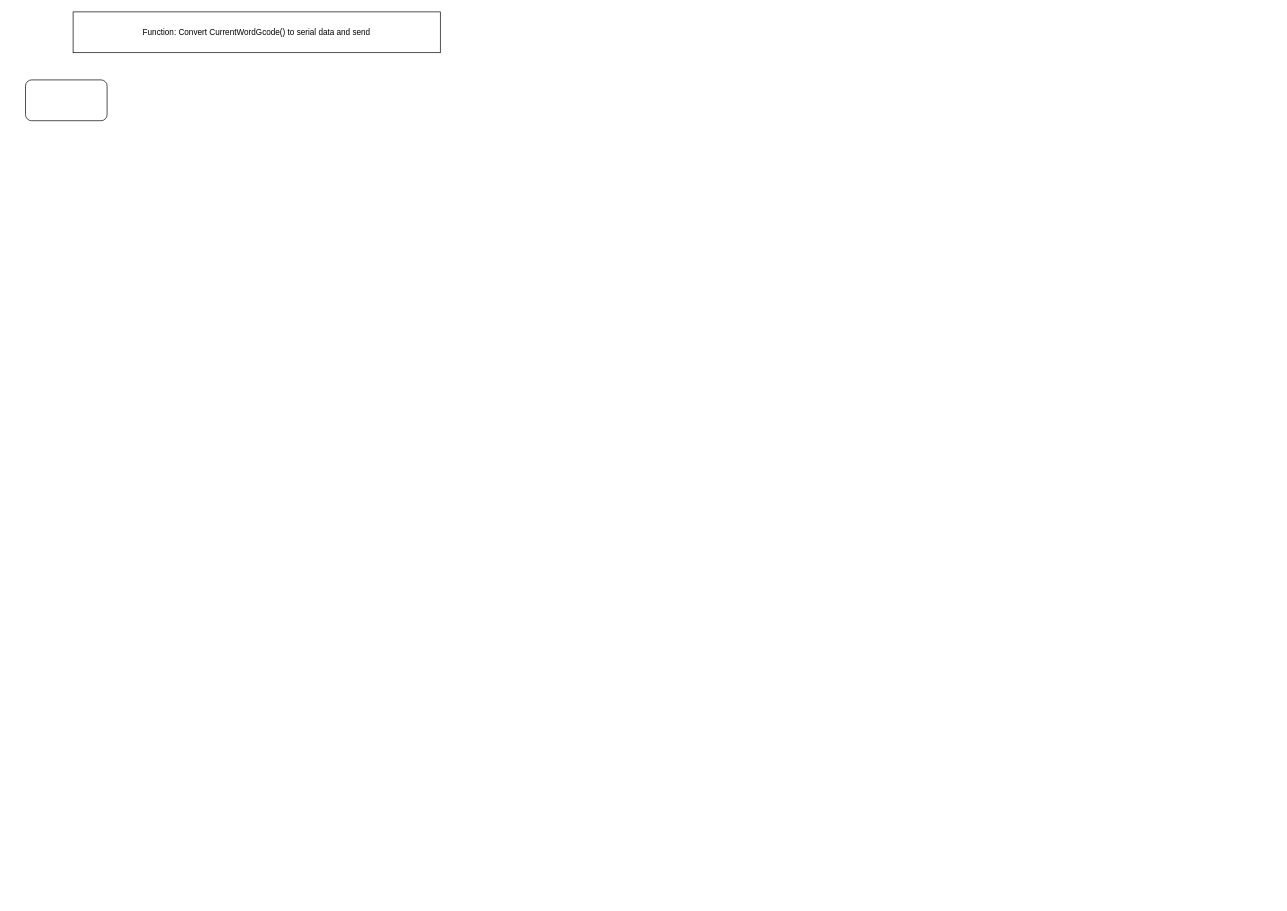
This is CW2 SendGCode to serial.drawio from EBlagdon/MMME3085-Coursework-2, a draw.io file, before an edit. Source tidied: cells renumbered, new cells numbered last; positions are measured from the earlier drawing's top-left corner, leaving out a move shared by most shapes. Both pictures are drawn from the tidied source at 68%, with x=0, y=0 at pixel (25, 12).
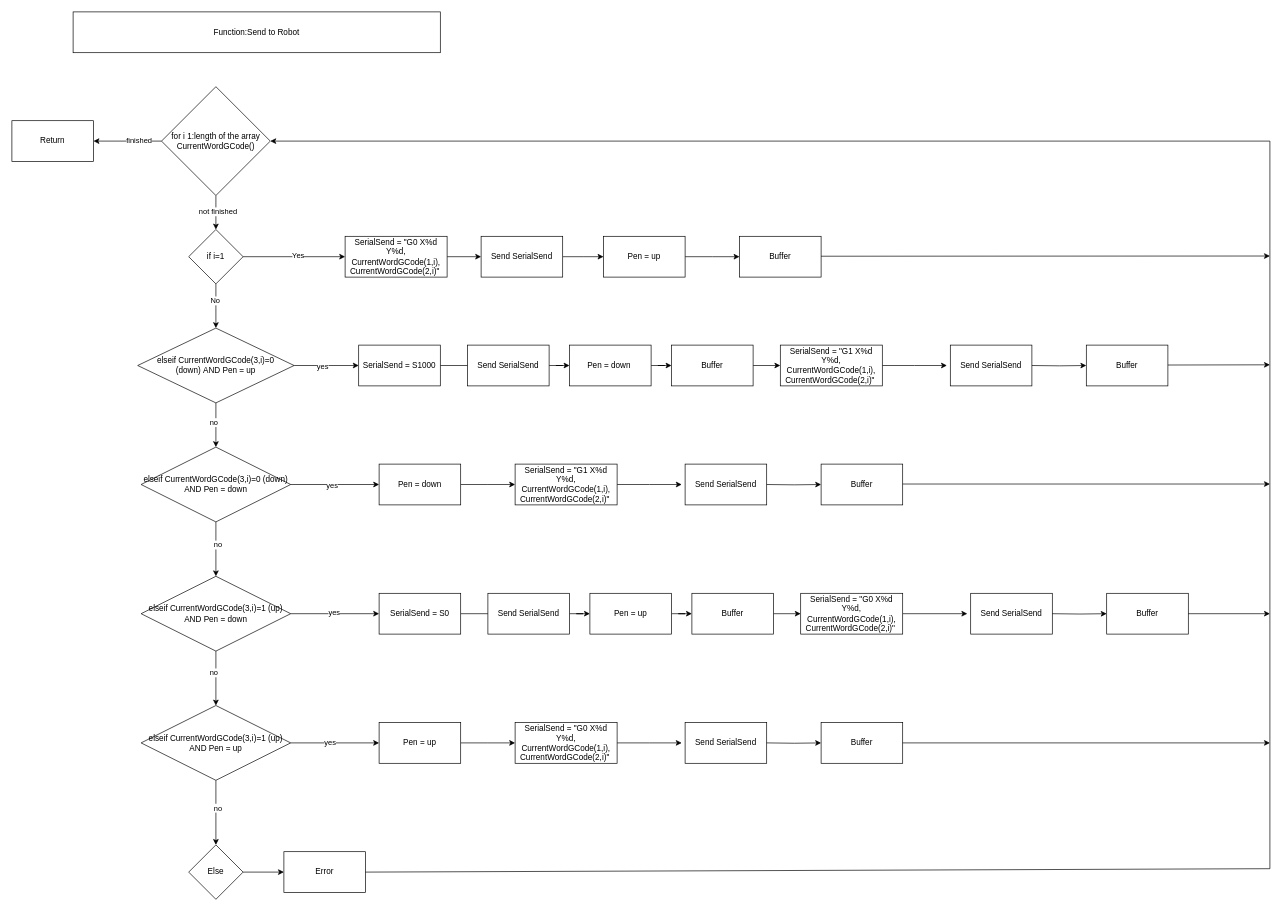
The same diagram, later.

Commit message (it also covers changes not shown here):
Created SendtoGcode and updated all flowcharts with error tracking. All left is testing information

The edit, as a diff of the source:
```diff
@@
-    <mxCell id="2" value="Function: Convert CurrentWordGcode() to serial data and send" style="rounded=0;whiteSpace=wrap;html=1;" parent="1" vertex="1">
+    <mxCell id="2" value="Function:Send to Robot" style="rounded=0;whiteSpace=wrap;html=1;" parent="1" vertex="1">
       <mxGeometry x="70" width="540" height="60" as="geometry" />
     </mxCell>
-    <mxCell id="3" style="rounded=1;whiteSpace=wrap;html=1;" parent="1" vertex="1">
-      <mxGeometry y="100" width="120" height="60" as="geometry" />
-    </mxCell>
+    <mxCell id="4" style="edgeStyle=orthogonalEdgeStyle;rounded=0;jettySize=auto;html=1;" parent="1" edge="1" source="8" target="13">
+      <mxGeometry relative="1" as="geometry" />
+    </mxCell>
+    <mxCell id="5" value="not finished" style="edgeLabel;html=1;align=center;verticalAlign=middle;" parent="4" vertex="1">
+      <mxGeometry x="-0.12" y="2" relative="1" as="geometry">
+        <mxPoint y="1" as="offset" />
+      </mxGeometry>
+    </mxCell>
+    <mxCell id="6" style="edgeStyle=orthogonalEdgeStyle;rounded=0;jettySize=auto;html=1;" parent="1" edge="1" source="8" target="90">
+      <mxGeometry relative="1" as="geometry" />
+    </mxCell>
+    <mxCell id="7" value="finished" style="edgeLabel;html=1;align=center;verticalAlign=middle;" parent="6" vertex="1">
+      <mxGeometry x="-0.33" y="-2" relative="1" as="geometry" />
+    </mxCell>
+    <mxCell id="8" value="for i 1:length of the array CurrentWordGCode()" style="rhombus;whiteSpace=wrap;html=1;" parent="1" vertex="1">
+      <mxGeometry x="200" y="110" width="160" height="160" as="geometry" />
+    </mxCell>
+    <mxCell id="9" style="edgeStyle=orthogonalEdgeStyle;rounded=0;jettySize=auto;html=1;" parent="1" edge="1" source="13" target="15">
+      <mxGeometry relative="1" as="geometry" />
+    </mxCell>
+    <mxCell id="10" value="Yes" style="edgeLabel;html=1;align=center;verticalAlign=middle;" parent="9" vertex="1">
+      <mxGeometry x="0.07" y="2" relative="1" as="geometry" />
+    </mxCell>
+    <mxCell id="11" style="edgeStyle=orthogonalEdgeStyle;rounded=0;jettySize=auto;html=1;" parent="1" edge="1" source="13" target="22">
+      <mxGeometry relative="1" as="geometry" />
+    </mxCell>
+    <mxCell id="12" value="No" style="edgeLabel;html=1;align=center;verticalAlign=middle;" parent="11" vertex="1">
+      <mxGeometry x="-0.27" y="-2" relative="1" as="geometry" />
+    </mxCell>
+    <mxCell id="13" value="if i=1" style="rhombus;whiteSpace=wrap;html=1;" parent="1" vertex="1">
+      <mxGeometry x="240" y="320" width="80" height="80" as="geometry" />
+    </mxCell>
+    <mxCell id="14" style="edgeStyle=orthogonalEdgeStyle;rounded=0;jettySize=auto;html=1;" parent="1" edge="1" source="15" target="17">
+      <mxGeometry relative="1" as="geometry" />
+    </mxCell>
+    <mxCell id="15" value="SerialSend = &quot;G0 X%d Y%d, CurrentWordGCode(1,i), CurrentWordGCode(2,i)&quot;&amp;nbsp;" style="whiteSpace=wrap;html=1;" parent="1" vertex="1">
+      <mxGeometry x="470" y="330" width="150" height="60" as="geometry" />
+    </mxCell>
+    <mxCell id="16" style="edgeStyle=orthogonalEdgeStyle;rounded=0;jettySize=auto;html=1;" parent="1" edge="1" source="17">
+      <mxGeometry relative="1" as="geometry">
+        <mxPoint x="850" y="360" as="targetPoint" />
+      </mxGeometry>
+    </mxCell>
+    <mxCell id="17" value="Send SerialSend" style="whiteSpace=wrap;html=1;" parent="1" vertex="1">
+      <mxGeometry x="670" y="330" width="120" height="60" as="geometry" />
+    </mxCell>
+    <mxCell id="18" style="edgeStyle=orthogonalEdgeStyle;rounded=0;jettySize=auto;html=1;entryX=0;entryY=0.5;entryDx=0;entryDy=0;" parent="1" edge="1" source="22" target="26">
+      <mxGeometry relative="1" as="geometry" />
+    </mxCell>
+    <mxCell id="19" value="yes" style="edgeLabel;html=1;align=center;verticalAlign=middle;" parent="18" vertex="1">
+      <mxGeometry x="-0.14" relative="1" as="geometry" />
+    </mxCell>
+    <mxCell id="20" style="edgeStyle=orthogonalEdgeStyle;rounded=0;jettySize=auto;html=1;" parent="1" edge="1" source="22" target="38">
+      <mxGeometry relative="1" as="geometry" />
+    </mxCell>
+    <mxCell id="21" value="no" style="edgeLabel;html=1;align=center;verticalAlign=middle;" parent="20" vertex="1">
+      <mxGeometry x="-0.15" y="-4" relative="1" as="geometry" />
+    </mxCell>
+    <mxCell id="22" value="elseif CurrentWordGCode(3,i)=0 (down)&lt;span style=&quot;background-color: transparent; color: light-dark(rgb(0, 0, 0), rgb(255, 255, 255));&quot;&gt;&amp;nbsp;AND Pen = up&lt;/span&gt;" style="rhombus;whiteSpace=wrap;html=1;" parent="1" vertex="1">
+      <mxGeometry x="165" y="465" width="230" height="110" as="geometry" />
+    </mxCell>
+    <mxCell id="23" style="edgeStyle=orthogonalEdgeStyle;rounded=0;jettySize=auto;html=1;" parent="1" edge="1" source="24">
+      <mxGeometry relative="1" as="geometry">
+        <mxPoint x="1355" y="520" as="targetPoint" />
+      </mxGeometry>
+    </mxCell>
+    <mxCell id="24" value="SerialSend = &quot;G1 X%d Y%d, CurrentWordGCode(1,i), CurrentWordGCode(2,i)&quot;&amp;nbsp;" style="whiteSpace=wrap;html=1;" parent="1" vertex="1">
+      <mxGeometry x="1110" y="490" width="150" height="60" as="geometry" />
+    </mxCell>
+    <mxCell id="25" style="edgeStyle=orthogonalEdgeStyle;rounded=0;jettySize=auto;html=1;" parent="1" edge="1" source="26">
+      <mxGeometry relative="1" as="geometry">
+        <mxPoint x="690" y="520" as="targetPoint" />
+      </mxGeometry>
+    </mxCell>
+    <mxCell id="26" value="SerialSend = S1000" style="rounded=0;whiteSpace=wrap;html=1;" parent="1" vertex="1">
+      <mxGeometry x="490" y="490" width="120" height="60" as="geometry" />
+    </mxCell>
+    <mxCell id="27" style="edgeStyle=orthogonalEdgeStyle;rounded=0;jettySize=auto;html=1;" parent="1" edge="1" source="28" target="40">
+      <mxGeometry relative="1" as="geometry" />
+    </mxCell>
+    <mxCell id="28" value="Send SerialSend" style="whiteSpace=wrap;html=1;" parent="1" vertex="1">
+      <mxGeometry x="650" y="490" width="120" height="60" as="geometry" />
+    </mxCell>
+    <mxCell id="29" style="edgeStyle=orthogonalEdgeStyle;rounded=0;jettySize=auto;html=1;" parent="1" edge="1" source="30" target="24">
+      <mxGeometry relative="1" as="geometry" />
+    </mxCell>
+    <mxCell id="30" value="Buffer" style="whiteSpace=wrap;html=1;" parent="1" vertex="1">
+      <mxGeometry x="950" y="490" width="120" height="60" as="geometry" />
+    </mxCell>
+    <mxCell id="31" value="Send SerialSend" style="whiteSpace=wrap;html=1;" parent="1" vertex="1">
+      <mxGeometry x="1360" y="490" width="120" height="60" as="geometry" />
+    </mxCell>
+    <mxCell id="32" style="edgeStyle=orthogonalEdgeStyle;rounded=0;jettySize=auto;html=1;" parent="1" edge="1" target="33">
+      <mxGeometry relative="1" as="geometry">
+        <mxPoint x="1480" y="520" as="sourcePoint" />
+      </mxGeometry>
+    </mxCell>
+    <mxCell id="33" value="Buffer" style="whiteSpace=wrap;html=1;" parent="1" vertex="1">
+      <mxGeometry x="1560" y="490" width="120" height="60" as="geometry" />
+    </mxCell>
+    <mxCell id="34" style="edgeStyle=orthogonalEdgeStyle;rounded=0;jettySize=auto;html=1;" parent="1" edge="1" source="38" target="42">
+      <mxGeometry relative="1" as="geometry" />
+    </mxCell>
+    <mxCell id="35" value="yes" style="edgeLabel;html=1;align=center;verticalAlign=middle;" parent="34" vertex="1">
+      <mxGeometry x="-0.08" y="-1" relative="1" as="geometry" />
+    </mxCell>
+    <mxCell id="36" style="edgeStyle=orthogonalEdgeStyle;rounded=0;jettySize=auto;html=1;" parent="1" edge="1" source="38" target="55">
+      <mxGeometry relative="1" as="geometry" />
+    </mxCell>
+    <mxCell id="37" value="no" style="edgeLabel;html=1;align=center;verticalAlign=middle;" parent="36" vertex="1">
+      <mxGeometry x="-0.18" y="2" relative="1" as="geometry" />
+    </mxCell>
+    <mxCell id="38" value="elseif CurrentWordGCode(3,i)=0 (down) AND Pen = down" style="rhombus;whiteSpace=wrap;html=1;" parent="1" vertex="1">
+      <mxGeometry x="170" y="640" width="220" height="110" as="geometry" />
+    </mxCell>
+    <mxCell id="39" style="edgeStyle=orthogonalEdgeStyle;rounded=0;jettySize=auto;html=1;" parent="1" edge="1" source="40" target="30">
+      <mxGeometry relative="1" as="geometry" />
+    </mxCell>
+    <mxCell id="40" value="Pen = down&amp;nbsp;" style="whiteSpace=wrap;html=1;" parent="1" vertex="1">
+      <mxGeometry x="800" y="490" width="120" height="60" as="geometry" />
+    </mxCell>
+    <mxCell id="41" style="edgeStyle=orthogonalEdgeStyle;rounded=0;jettySize=auto;html=1;" parent="1" edge="1" source="42">
+      <mxGeometry relative="1" as="geometry">
+        <mxPoint x="720" y="695" as="targetPoint" />
+      </mxGeometry>
+    </mxCell>
+    <mxCell id="42" value="Pen = down" style="whiteSpace=wrap;html=1;" parent="1" vertex="1">
+      <mxGeometry x="520" y="665" width="120" height="60" as="geometry" />
+    </mxCell>
+    <mxCell id="43" style="edgeStyle=orthogonalEdgeStyle;rounded=0;jettySize=auto;html=1;" parent="1" edge="1" source="44">
+      <mxGeometry relative="1" as="geometry">
+        <mxPoint x="965" y="695" as="targetPoint" />
+      </mxGeometry>
+    </mxCell>
+    <mxCell id="44" value="SerialSend = &quot;G1 X%d Y%d, CurrentWordGCode(1,i), CurrentWordGCode(2,i)&quot;&amp;nbsp;" style="whiteSpace=wrap;html=1;" parent="1" vertex="1">
+      <mxGeometry x="720" y="665" width="150" height="60" as="geometry" />
+    </mxCell>
+    <mxCell id="45" value="Send SerialSend" style="whiteSpace=wrap;html=1;" parent="1" vertex="1">
+      <mxGeometry x="970" y="665" width="120" height="60" as="geometry" />
+    </mxCell>
+    <mxCell id="46" style="edgeStyle=orthogonalEdgeStyle;rounded=0;jettySize=auto;html=1;" parent="1" edge="1" target="47">
+      <mxGeometry relative="1" as="geometry">
+        <mxPoint x="1090" y="695" as="sourcePoint" />
+      </mxGeometry>
+    </mxCell>
+    <mxCell id="47" value="Buffer" style="whiteSpace=wrap;html=1;" parent="1" vertex="1">
+      <mxGeometry x="1170" y="665" width="120" height="60" as="geometry" />
+    </mxCell>
+    <mxCell id="48" style="edgeStyle=orthogonalEdgeStyle;rounded=0;jettySize=auto;html=1;" parent="1" edge="1" source="49">
+      <mxGeometry relative="1" as="geometry">
+        <mxPoint x="1050" y="360" as="targetPoint" />
+      </mxGeometry>
+    </mxCell>
+    <mxCell id="49" value="Pen = up" style="whiteSpace=wrap;html=1;" parent="1" vertex="1">
+      <mxGeometry x="850" y="330" width="120" height="60" as="geometry" />
+    </mxCell>
+    <mxCell id="50" value="Buffer" style="whiteSpace=wrap;html=1;" parent="1" vertex="1">
+      <mxGeometry x="1050" y="330" width="120" height="60" as="geometry" />
+    </mxCell>
+    <mxCell id="51" style="edgeStyle=orthogonalEdgeStyle;rounded=0;jettySize=auto;html=1;" parent="1" edge="1" source="55">
+      <mxGeometry relative="1" as="geometry">
+        <mxPoint x="520" y="885" as="targetPoint" />
+      </mxGeometry>
+    </mxCell>
+    <mxCell id="52" value="yes" style="edgeLabel;html=1;align=center;verticalAlign=middle;" parent="51" vertex="1">
+      <mxGeometry x="-0.03" y="2" relative="1" as="geometry" />
+    </mxCell>
+    <mxCell id="53" style="edgeStyle=orthogonalEdgeStyle;rounded=0;jettySize=auto;html=1;" parent="1" edge="1" source="55" target="73">
+      <mxGeometry relative="1" as="geometry" />
+    </mxCell>
+    <mxCell id="54" value="no" style="edgeLabel;html=1;align=center;verticalAlign=middle;" parent="53" vertex="1">
+      <mxGeometry x="-0.23" y="-4" relative="1" as="geometry" />
+    </mxCell>
+    <mxCell id="55" value="elseif CurrentWordGCode(3,i)=1 (up) AND Pen = down" style="rhombus;whiteSpace=wrap;html=1;" parent="1" vertex="1">
+      <mxGeometry x="170" y="830" width="220" height="110" as="geometry" />
+    </mxCell>
+    <mxCell id="56" style="edgeStyle=orthogonalEdgeStyle;rounded=0;jettySize=auto;html=1;" parent="1" edge="1" source="57">
+      <mxGeometry relative="1" as="geometry">
+        <mxPoint x="1385" y="885" as="targetPoint" />
+      </mxGeometry>
+    </mxCell>
+    <mxCell id="57" value="SerialSend = &quot;G0 X%d Y%d, CurrentWordGCode(1,i), CurrentWordGCode(2,i)&quot;&amp;nbsp;" style="whiteSpace=wrap;html=1;" parent="1" vertex="1">
+      <mxGeometry x="1140" y="855" width="150" height="60" as="geometry" />
+    </mxCell>
+    <mxCell id="58" style="edgeStyle=orthogonalEdgeStyle;rounded=0;jettySize=auto;html=1;" parent="1" edge="1" source="59">
+      <mxGeometry relative="1" as="geometry">
+        <mxPoint x="720" y="885" as="targetPoint" />
+      </mxGeometry>
+    </mxCell>
+    <mxCell id="59" value="SerialSend = S&lt;span style=&quot;background-color: transparent; color: light-dark(rgb(0, 0, 0), rgb(255, 255, 255));&quot;&gt;0&lt;/span&gt;" style="rounded=0;whiteSpace=wrap;html=1;" parent="1" vertex="1">
+      <mxGeometry x="520" y="855" width="120" height="60" as="geometry" />
+    </mxCell>
+    <mxCell id="60" style="edgeStyle=orthogonalEdgeStyle;rounded=0;jettySize=auto;html=1;" parent="1" edge="1" source="61" target="68">
+      <mxGeometry relative="1" as="geometry" />
+    </mxCell>
+    <mxCell id="61" value="Send SerialSend" style="whiteSpace=wrap;html=1;" parent="1" vertex="1">
+      <mxGeometry x="680" y="855" width="120" height="60" as="geometry" />
+    </mxCell>
+    <mxCell id="62" style="edgeStyle=orthogonalEdgeStyle;rounded=0;jettySize=auto;html=1;" parent="1" edge="1" source="63" target="57">
+      <mxGeometry relative="1" as="geometry" />
+    </mxCell>
+    <mxCell id="63" value="Buffer" style="whiteSpace=wrap;html=1;" parent="1" vertex="1">
+      <mxGeometry x="980" y="855" width="120" height="60" as="geometry" />
+    </mxCell>
+    <mxCell id="64" value="Send SerialSend" style="whiteSpace=wrap;html=1;" parent="1" vertex="1">
+      <mxGeometry x="1390" y="855" width="120" height="60" as="geometry" />
+    </mxCell>
+    <mxCell id="65" style="edgeStyle=orthogonalEdgeStyle;rounded=0;jettySize=auto;html=1;" parent="1" edge="1" target="66">
+      <mxGeometry relative="1" as="geometry">
+        <mxPoint x="1510" y="885" as="sourcePoint" />
+      </mxGeometry>
+    </mxCell>
+    <mxCell id="66" value="Buffer" style="whiteSpace=wrap;html=1;" parent="1" vertex="1">
+      <mxGeometry x="1590" y="855" width="120" height="60" as="geometry" />
+    </mxCell>
+    <mxCell id="67" style="edgeStyle=orthogonalEdgeStyle;rounded=0;jettySize=auto;html=1;" parent="1" edge="1" source="68" target="63">
+      <mxGeometry relative="1" as="geometry" />
+    </mxCell>
+    <mxCell id="68" value="Pen = up" style="whiteSpace=wrap;html=1;" parent="1" vertex="1">
+      <mxGeometry x="830" y="855" width="120" height="60" as="geometry" />
+    </mxCell>
+    <mxCell id="69" style="edgeStyle=orthogonalEdgeStyle;rounded=0;jettySize=auto;html=1;" parent="1" edge="1" source="73">
+      <mxGeometry relative="1" as="geometry">
+        <mxPoint x="520" y="1075" as="targetPoint" />
+      </mxGeometry>
+    </mxCell>
+    <mxCell id="70" value="yes" style="edgeLabel;html=1;align=center;verticalAlign=middle;" parent="69" vertex="1">
+      <mxGeometry x="-0.12" y="2" relative="1" as="geometry" />
+    </mxCell>
+    <mxCell id="71" style="edgeStyle=orthogonalEdgeStyle;rounded=0;jettySize=auto;html=1;" parent="1" edge="1" source="73" target="82">
+      <mxGeometry relative="1" as="geometry" />
+    </mxCell>
+    <mxCell id="72" value="no" style="edgeLabel;html=1;align=center;verticalAlign=middle;" parent="71" vertex="1">
+      <mxGeometry x="-0.16" y="2" relative="1" as="geometry" />
+    </mxCell>
+    <mxCell id="73" value="elseif CurrentWordGCode(3,i)=1 (up) AND Pen = up" style="rhombus;whiteSpace=wrap;html=1;" parent="1" vertex="1">
+      <mxGeometry x="170" y="1020" width="220" height="110" as="geometry" />
+    </mxCell>
+    <mxCell id="74" style="edgeStyle=orthogonalEdgeStyle;rounded=0;jettySize=auto;html=1;" parent="1" edge="1" source="75">
+      <mxGeometry relative="1" as="geometry">
+        <mxPoint x="720" y="1075" as="targetPoint" />
+      </mxGeometry>
+    </mxCell>
+    <mxCell id="75" value="Pen = up" style="whiteSpace=wrap;html=1;" parent="1" vertex="1">
+      <mxGeometry x="520" y="1045" width="120" height="60" as="geometry" />
+    </mxCell>
+    <mxCell id="76" style="edgeStyle=orthogonalEdgeStyle;rounded=0;jettySize=auto;html=1;" parent="1" edge="1" source="77">
+      <mxGeometry relative="1" as="geometry">
+        <mxPoint x="965" y="1075" as="targetPoint" />
+      </mxGeometry>
+    </mxCell>
+    <mxCell id="77" value="SerialSend = &quot;G0 X%d Y%d, CurrentWordGCode(1,i), CurrentWordGCode(2,i)&quot;&amp;nbsp;" style="whiteSpace=wrap;html=1;" parent="1" vertex="1">
+      <mxGeometry x="720" y="1045" width="150" height="60" as="geometry" />
+    </mxCell>
+    <mxCell id="78" value="Send SerialSend" style="whiteSpace=wrap;html=1;" parent="1" vertex="1">
+      <mxGeometry x="970" y="1045" width="120" height="60" as="geometry" />
+    </mxCell>
+    <mxCell id="79" style="edgeStyle=orthogonalEdgeStyle;rounded=0;jettySize=auto;html=1;" parent="1" edge="1" target="80">
+      <mxGeometry relative="1" as="geometry">
+        <mxPoint x="1090" y="1075" as="sourcePoint" />
+      </mxGeometry>
+    </mxCell>
+    <mxCell id="80" value="Buffer" style="whiteSpace=wrap;html=1;" parent="1" vertex="1">
+      <mxGeometry x="1170" y="1045" width="120" height="60" as="geometry" />
+    </mxCell>
+    <mxCell id="81" style="edgeStyle=orthogonalEdgeStyle;rounded=0;jettySize=auto;html=1;" parent="1" edge="1" source="82" target="83">
+      <mxGeometry relative="1" as="geometry" />
+    </mxCell>
+    <mxCell id="82" value="Else" style="rhombus;whiteSpace=wrap;html=1;" parent="1" vertex="1">
+      <mxGeometry x="240" y="1225" width="80" height="80" as="geometry" />
+    </mxCell>
+    <mxCell id="83" value="Error" style="whiteSpace=wrap;html=1;" parent="1" vertex="1">
+      <mxGeometry x="380" y="1235" width="120" height="60" as="geometry" />
+    </mxCell>
+    <mxCell id="84" style="endArrow=classic;html=1;rounded=0;exitX=1;exitY=0.5;exitDx=0;exitDy=0;entryX=1;entryY=0.5;entryDx=0;entryDy=0;" parent="1" edge="1" source="83" target="8">
+      <mxGeometry relative="1" as="geometry">
+        <Array as="points">
+          <mxPoint x="1830" y="1260" />
+          <mxPoint x="1830" y="190" />
+        </Array>
+      </mxGeometry>
+    </mxCell>
+    <mxCell id="85" style="endArrow=classic;html=1;rounded=0;exitX=1;exitY=0.5;exitDx=0;exitDy=0;" parent="1" edge="1" source="80">
+      <mxGeometry relative="1" as="geometry">
+        <mxPoint x="1830" y="1075" as="targetPoint" />
+      </mxGeometry>
+    </mxCell>
+    <mxCell id="86" style="endArrow=classic;html=1;rounded=0;exitX=1;exitY=0.5;exitDx=0;exitDy=0;" parent="1" edge="1" source="66">
+      <mxGeometry relative="1" as="geometry">
+        <mxPoint x="1830" y="885" as="targetPoint" />
+      </mxGeometry>
+    </mxCell>
+    <mxCell id="87" style="endArrow=classic;html=1;rounded=0;exitX=1;exitY=0.5;exitDx=0;exitDy=0;" parent="1" edge="1">
+      <mxGeometry relative="1" as="geometry">
+        <mxPoint x="1290" y="694.3" as="sourcePoint" />
+        <mxPoint x="1830" y="694.3" as="targetPoint" />
+      </mxGeometry>
+    </mxCell>
+    <mxCell id="88" style="endArrow=classic;html=1;rounded=0;exitX=1;exitY=0.5;exitDx=0;exitDy=0;" parent="1" edge="1">
+      <mxGeometry relative="1" as="geometry">
+        <mxPoint x="1170" y="359.3" as="sourcePoint" />
+        <mxPoint x="1830" y="359" as="targetPoint" />
+      </mxGeometry>
+    </mxCell>
+    <mxCell id="89" style="endArrow=classic;html=1;rounded=0;exitX=1;exitY=0.5;exitDx=0;exitDy=0;" parent="1" edge="1">
+      <mxGeometry relative="1" as="geometry">
+        <mxPoint x="1680" y="519.3" as="sourcePoint" />
+        <mxPoint x="1830" y="519" as="targetPoint" />
+      </mxGeometry>
+    </mxCell>
+    <mxCell id="90" value="Return" style="whiteSpace=wrap;html=1;" parent="1" vertex="1">
+      <mxGeometry x="-20" y="160" width="120" height="60" as="geometry" />
+    </mxCell>
```
